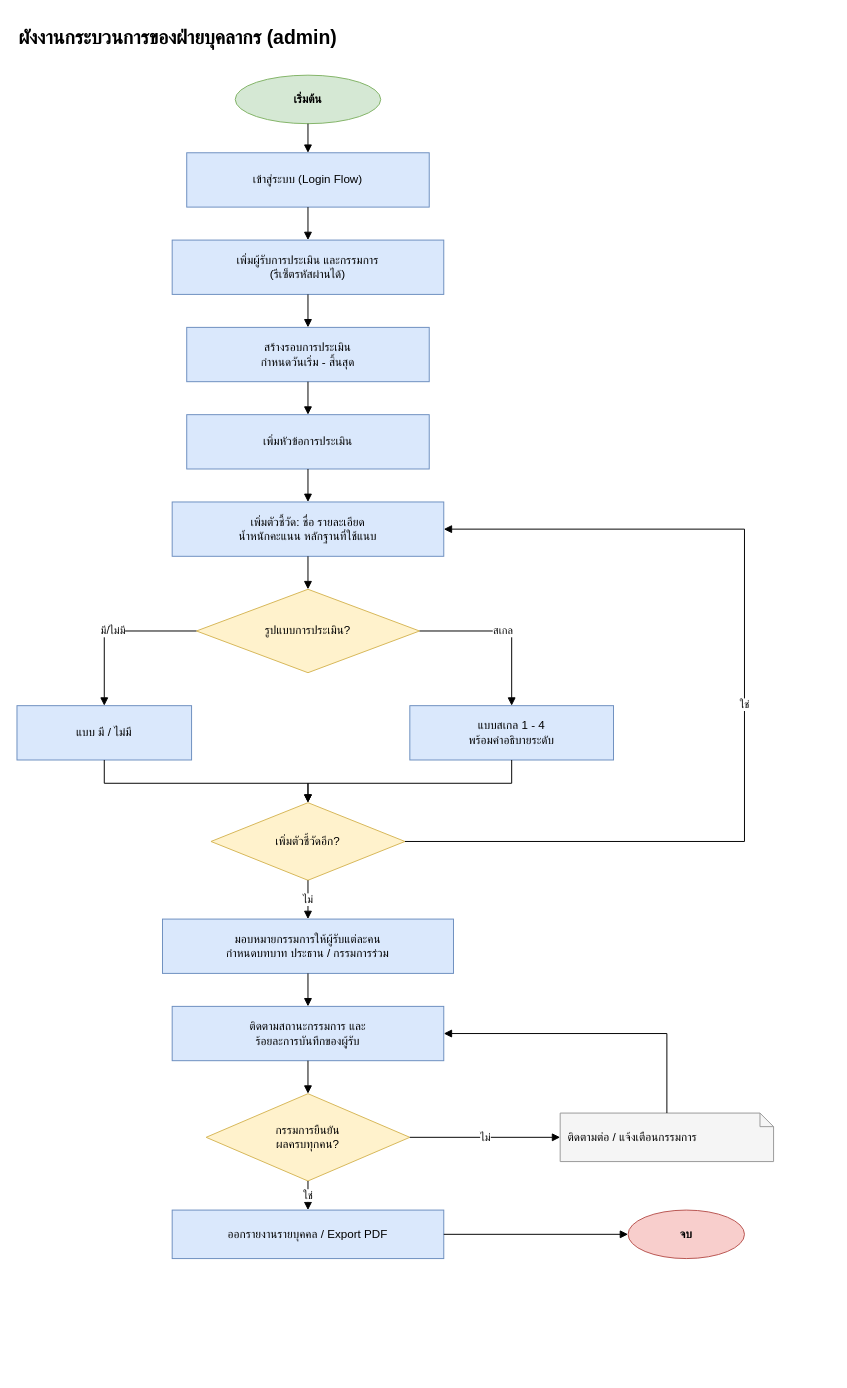
Before: page "1.2 ฝ่ายบุคลากร" (2 of 5) of คู่มือซ้อม-2569/งานออกแบบ/1-ผังงาน.drawio in pushsuker/pic-skill-v4, a draw.io diagram. Source tidied: cells renumbered, new cells numbered last; positions are measured from the earlier drawing's top-left corner, leaving out a move shared by most shapes. Both pictures are drawn from the tidied source at 97%, with x=0, y=0 at pixel (16, 16).
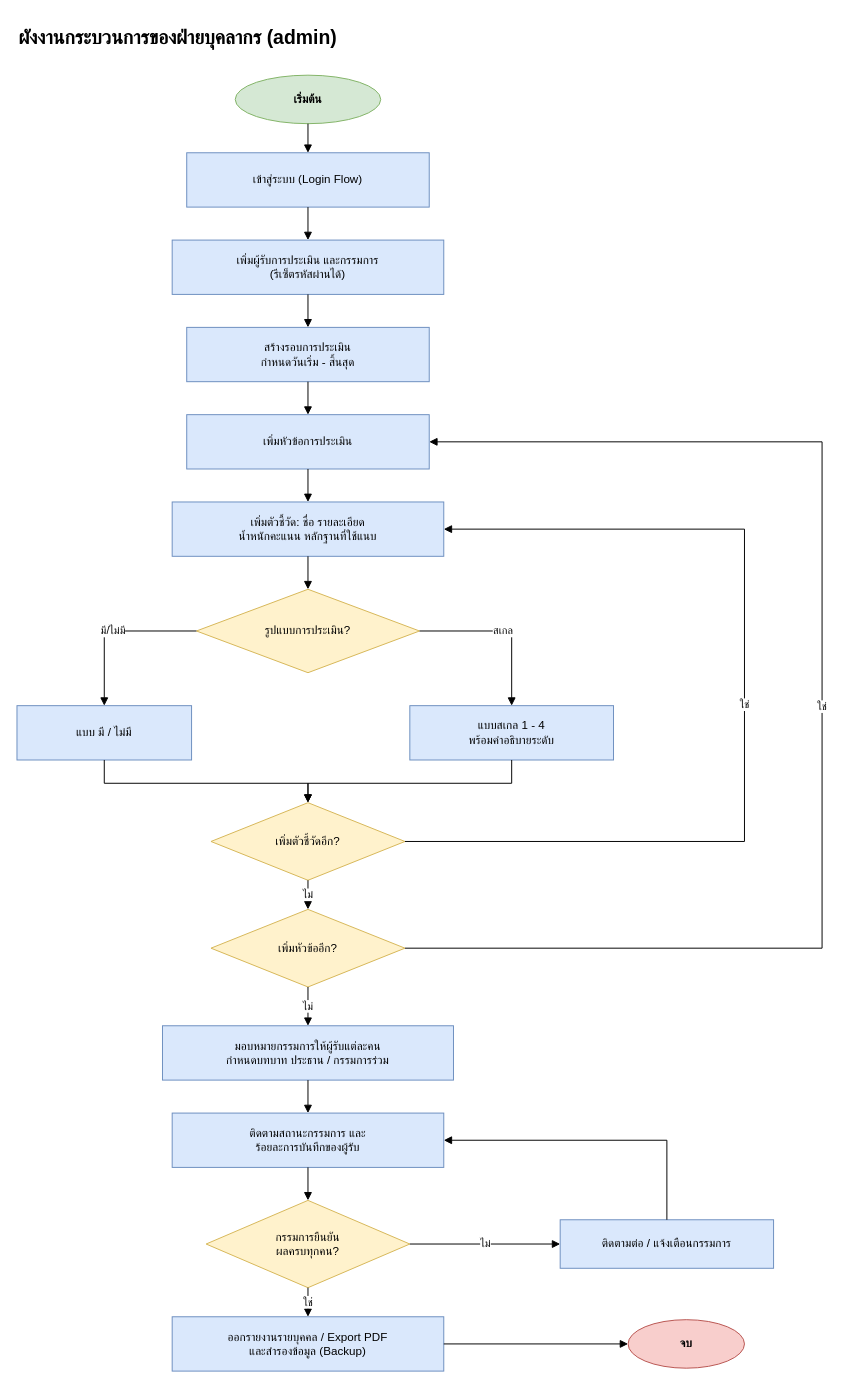
After the change.

The change refers to these unchanged cells:
```xml
<mxCell id="7" value="เพิ่มหัวข้อการประเมิน" style="rounded=0;whiteSpace=wrap;html=1;fillColor=#dae8fc;strokeColor=#6c8ebf;" parent="1" vertex="1">
  <mxGeometry x="175" y="410" width="250" height="56" as="geometry" />
</mxCell>
<mxCell id="12" value="เพิ่มตัวชี้วัดอีก?" style="rhombus;whiteSpace=wrap;html=1;fillColor=#fff2cc;strokeColor=#d6b656;" parent="1" vertex="1">
  <mxGeometry x="200" y="810" width="200" height="80" as="geometry" />
</mxCell>
```

Diff of the diagram source:
```diff
@@
     <mxCell id="13" value="มอบหมายกรรมการให้ผู้รับแต่ละคน&lt;br&gt;กำหนดบทบาท ประธาน / กรรมการร่วม" style="rounded=0;whiteSpace=wrap;html=1;fillColor=#dae8fc;strokeColor=#6c8ebf;" parent="1" vertex="1">
-      <mxGeometry x="150" y="930" width="300" height="56" as="geometry" />
+      <mxGeometry x="150" y="1040" width="300" height="56" as="geometry" />
     </mxCell>
     <mxCell id="14" value="ติดตามสถานะกรรมการ และ&lt;br&gt;ร้อยละการบันทึกของผู้รับ" style="rounded=0;whiteSpace=wrap;html=1;fillColor=#dae8fc;strokeColor=#6c8ebf;" parent="1" vertex="1">
-      <mxGeometry x="160" y="1020" width="280" height="56" as="geometry" />
+      <mxGeometry x="160" y="1130" width="280" height="56" as="geometry" />
     </mxCell>
     <mxCell id="15" value="กรรมการยืนยัน&lt;br&gt;ผลครบทุกคน?" style="rhombus;whiteSpace=wrap;html=1;fillColor=#fff2cc;strokeColor=#d6b656;" parent="1" vertex="1">
-      <mxGeometry x="195" y="1110" width="210" height="90" as="geometry" />
+      <mxGeometry x="195" y="1220" width="210" height="90" as="geometry" />
     </mxCell>
-    <mxCell id="16" value="ออกรายงานรายบุคคล / Export PDF" style="rounded=0;whiteSpace=wrap;html=1;fillColor=#dae8fc;strokeColor=#6c8ebf;" parent="1" vertex="1">
-      <mxGeometry x="160" y="1230" width="280" height="50" as="geometry" />
+    <mxCell id="16" value="ออกรายงานรายบุคคล / Export PDF&lt;br&gt;และสำรองข้อมูล (Backup)" style="rounded=0;whiteSpace=wrap;html=1;fillColor=#dae8fc;strokeColor=#6c8ebf;" parent="1" vertex="1">
+      <mxGeometry x="160" y="1340" width="280" height="56" as="geometry" />
     </mxCell>
     <mxCell id="17" value="จบ" style="ellipse;whiteSpace=wrap;html=1;fillColor=#f8cecc;strokeColor=#b85450;fontStyle=1;" parent="1" vertex="1">
-      <mxGeometry x="630" y="1230" width="120" height="50" as="geometry" />
+      <mxGeometry x="630" y="1343" width="120" height="50" as="geometry" />
     </mxCell>
-    <mxCell id="18" value="ติดตามต่อ / แจ้งเตือนกรรมการ" style="shape=note;whiteSpace=wrap;html=1;size=14;fillColor=#f5f5f5;strokeColor=#999999;align=left;spacingLeft=6;" parent="1" vertex="1">
-      <mxGeometry x="560" y="1130" width="220" height="50" as="geometry" />
+    <mxCell id="18" value="ติดตามต่อ / แจ้งเตือนกรรมการ" style="rounded=0;whiteSpace=wrap;html=1;fillColor=#dae8fc;strokeColor=#6c8ebf;" parent="1" vertex="1">
+      <mxGeometry x="560" y="1240" width="220" height="50" as="geometry" />
     </mxCell>
@@
-    <mxCell id="30" value="ไม่" style="edgeStyle=orthogonalEdgeStyle;rounded=0;html=1;endArrow=block;endFill=1;exitX=0.5;exitY=1;entryX=0.5;entryY=0;" parent="1" edge="1" source="12" target="13">
+    <mxCell id="30" value="ไม่" style="edgeStyle=orthogonalEdgeStyle;rounded=0;html=1;endArrow=block;endFill=1;exitX=0.5;exitY=1;entryX=0.5;entryY=0;" parent="1" edge="1" source="12" target="37">
       <mxGeometry relative="1" as="geometry" />
     </mxCell>
@@
     <mxCell id="34" style="edgeStyle=orthogonalEdgeStyle;rounded=0;html=1;endArrow=block;endFill=1;exitX=0.5;exitY=0;entryX=1;entryY=0.5;" parent="1" edge="1" source="18" target="14">
       <mxGeometry relative="1" as="geometry">
         <Array as="points">
-          <mxPoint x="670" y="1048" />
+          <mxPoint x="670" y="1158" />
         </Array>
       </mxGeometry>
     </mxCell>
@@
+    <mxCell id="37" value="เพิ่มหัวข้ออีก?" style="rhombus;whiteSpace=wrap;html=1;fillColor=#fff2cc;strokeColor=#d6b656;" parent="1" vertex="1">
+      <mxGeometry x="200" y="920" width="200" height="80" as="geometry" />
+    </mxCell>
+    <mxCell id="38" value="ไม่" style="edgeStyle=orthogonalEdgeStyle;rounded=0;html=1;endArrow=block;endFill=1;exitX=0.5;exitY=1;entryX=0.5;entryY=0;" parent="1" edge="1" source="37" target="13">
+      <mxGeometry relative="1" as="geometry" />
+    </mxCell>
+    <mxCell id="39" value="ใช่" style="edgeStyle=orthogonalEdgeStyle;rounded=0;html=1;endArrow=block;endFill=1;exitX=1;exitY=0.5;entryX=1;entryY=0.5;" parent="1" edge="1" source="37" target="7">
+      <mxGeometry relative="1" as="geometry">
+        <Array as="points">
+          <mxPoint x="830" y="960" />
+          <mxPoint x="830" y="438" />
+        </Array>
+      </mxGeometry>
+    </mxCell>
```
